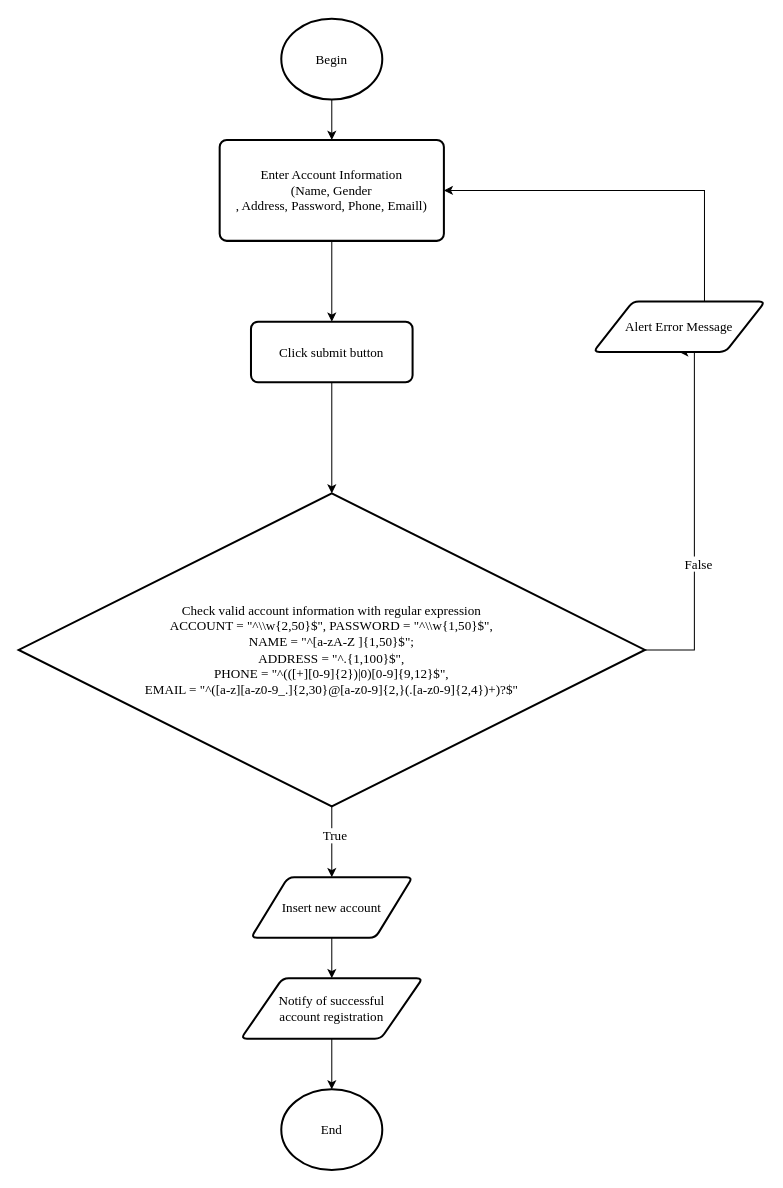
Above: page "Register" (1 of 12) of document/diagram/flowchar_ver2.drawio in daomtthuan/do-an (draw.io), before the change. Source tidied: cells renumbered, new cells numbered last; positions are measured from the earlier drawing's top-left corner, leaving out a move shared by most shapes. Both pictures are drawn from the tidied source at 101%, with x=0, y=0 at pixel (18, 18).
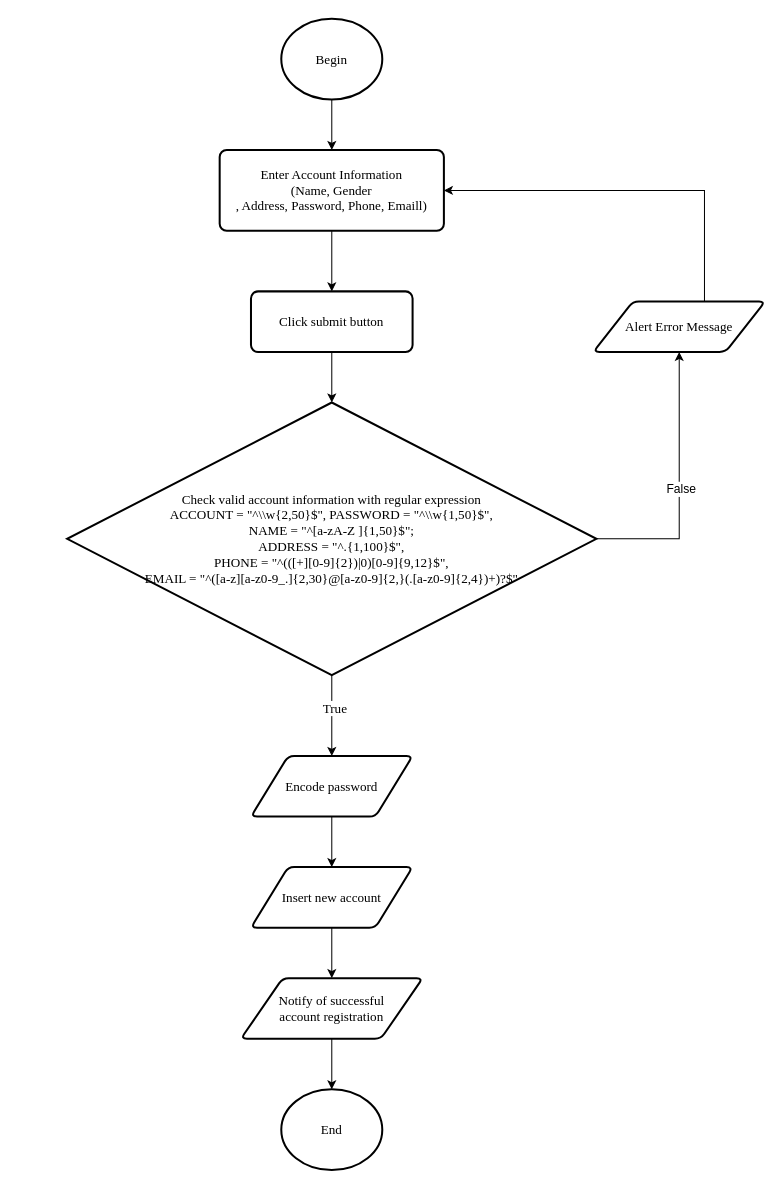
The same diagram, later.

Unchanged cells that the change refers to:
```xml
<mxCell id="12" value="Alert Error Message" style="shape=parallelogram;html=1;strokeWidth=2;perimeter=parallelogramPerimeter;whiteSpace=wrap;rounded=1;arcSize=12;size=0.23;fontSize=13;fontFamily=Times New Roman;" parent="1" vertex="1">
  <mxGeometry x="569" y="280" width="170" height="50" as="geometry" />
</mxCell>
```

What changed in the source:
```diff
@@
     <mxCell id="5" value="Enter Account Information&lt;br&gt;(Name, Gender&lt;br&gt;, Address, Password, Phone, Emaill)" style="rounded=1;whiteSpace=wrap;html=1;absoluteArcSize=1;arcSize=14;strokeWidth=2;fontSize=13;fontFamily=Times New Roman;" parent="1" vertex="1">
-      <mxGeometry x="199" y="120" width="222" height="100" as="geometry" />
+      <mxGeometry x="199" y="130" width="222" height="80" as="geometry" />
     </mxCell>
+    <mxCell id="8" style="edgeStyle=orthogonalEdgeStyle;rounded=0;jettySize=auto;html=1;fontSize=13;fontFamily=Times New Roman;entryX=0.5;entryY=0;entryDx=0;entryDy=0;" parent="1" edge="1" source="10" target="21">
+      <mxGeometry relative="1" as="geometry" />
+    </mxCell>
+    <mxCell id="9" value="True" style="text;html=1;align=center;verticalAlign=middle;labelBackgroundColor=#ffffff;fontSize=13;fontFamily=Times New Roman;" parent="8" vertex="1">
+      <mxGeometry x="-0.21" y="2" relative="1" as="geometry" />
+    </mxCell>
-    <mxCell id="6" style="edgeStyle=orthogonalEdgeStyle;rounded=0;jettySize=auto;html=1;entryX=0.5;entryY=1;entryDx=0;entryDy=0;fontSize=13;fontFamily=Times New Roman;" parent="1" edge="1" source="10" target="12">
-      <mxGeometry relative="1" as="geometry">
-        <Array as="points">
-          <mxPoint x="669" y="625" />
-          <mxPoint x="669" y="330" />
-        </Array>
-      </mxGeometry>
+    <mxCell id="6" style="edgeStyle=orthogonalEdgeStyle;rounded=0;jettySize=auto;html=1;exitX=1;exitY=0.5;exitDx=0;exitDy=0;exitPerimeter=0;entryX=0.5;entryY=1;entryDx=0;entryDy=0;" parent="1" edge="1" source="10" target="12">
+      <mxGeometry relative="1" as="geometry" />
     </mxCell>
-    <mxCell id="7" value="False" style="text;html=1;align=center;verticalAlign=middle;labelBackgroundColor=#ffffff;fontSize=13;fontFamily=Times New Roman;" parent="6" vertex="1">
-      <mxGeometry x="-0.25" y="-3" relative="1" as="geometry" />
+    <mxCell id="7" value="False" style="text;html=1;align=center;verticalAlign=middle;labelBackgroundColor=#ffffff;" parent="6" vertex="1">
+      <mxGeometry x="-0.01" y="-1" relative="1" as="geometry" />
     </mxCell>
-    <mxCell id="8" style="edgeStyle=orthogonalEdgeStyle;rounded=0;jettySize=auto;html=1;fontSize=13;fontFamily=Times New Roman;" parent="1" edge="1" source="10" target="14">
-      <mxGeometry relative="1" as="geometry" />
-    </mxCell>
-    <mxCell id="9" value="True" style="text;html=1;align=center;verticalAlign=middle;labelBackgroundColor=#ffffff;fontSize=13;fontFamily=Times New Roman;" parent="8" vertex="1">
-      <mxGeometry x="-0.21" y="2" relative="1" as="geometry" />
-    </mxCell>
     <mxCell id="10" value="Check valid account information with&amp;nbsp;regular expression&lt;br&gt;ACCOUNT = &quot;^\\w{2,50}$&quot;, PASSWORD = &quot;^\\w{1,50}$&quot;,&lt;br&gt;&lt;span&gt;NAME = &quot;^[a-zA-Z ]{1,50}$&quot;;&lt;br&gt;ADDRESS = &quot;^.{1,100}$&quot;,&lt;br&gt;PHONE = &quot;^(([+][0-9]{2})|0)[0-9]{9,12}$&quot;,&lt;br&gt;EMAIL = &quot;^([a-z][a-z0-9_.]{2,30}@[a-z0-9]{2,}(.[a-z0-9]{2,4})+)?$&quot;&lt;br&gt;&lt;/span&gt;" style="strokeWidth=2;html=1;shape=mxgraph.flowchart.decision;whiteSpace=wrap;fontSize=13;fontFamily=Times New Roman;" parent="1" vertex="1">
-      <mxGeometry y="470" width="620" height="310" as="geometry" />
+      <mxGeometry x="48" y="380" width="524" height="270" as="geometry" />
     </mxCell>
@@
     <mxCell id="14" value="Insert new account" style="shape=parallelogram;html=1;strokeWidth=2;perimeter=parallelogramPerimeter;whiteSpace=wrap;rounded=1;arcSize=12;size=0.23;fontSize=13;fontFamily=Times New Roman;" parent="1" vertex="1">
-      <mxGeometry x="230" y="850" width="160" height="60" as="geometry" />
+      <mxGeometry x="230" y="840" width="160" height="60" as="geometry" />
     </mxCell>
@@
     <mxCell id="19" value="Click submit button" style="rounded=1;whiteSpace=wrap;html=1;absoluteArcSize=1;arcSize=14;strokeWidth=2;fontSize=13;fontFamily=Times New Roman;" parent="1" vertex="1">
-      <mxGeometry x="230" y="300" width="160" height="60" as="geometry" />
+      <mxGeometry x="230" y="270" width="160" height="60" as="geometry" />
     </mxCell>
+    <mxCell id="20" style="edgeStyle=orthogonalEdgeStyle;rounded=0;jettySize=auto;html=1;" parent="1" edge="1" source="21" target="14">
+      <mxGeometry relative="1" as="geometry" />
+    </mxCell>
+    <mxCell id="21" value="&lt;font face=&quot;Times New Roman&quot; style=&quot;font-size: 13px&quot;&gt;Encode password&lt;/font&gt;" style="shape=parallelogram;html=1;strokeWidth=2;perimeter=parallelogramPerimeter;whiteSpace=wrap;rounded=1;arcSize=12;size=0.23;" parent="1" vertex="1">
+      <mxGeometry x="230" y="730" width="160" height="60" as="geometry" />
+    </mxCell>
```
